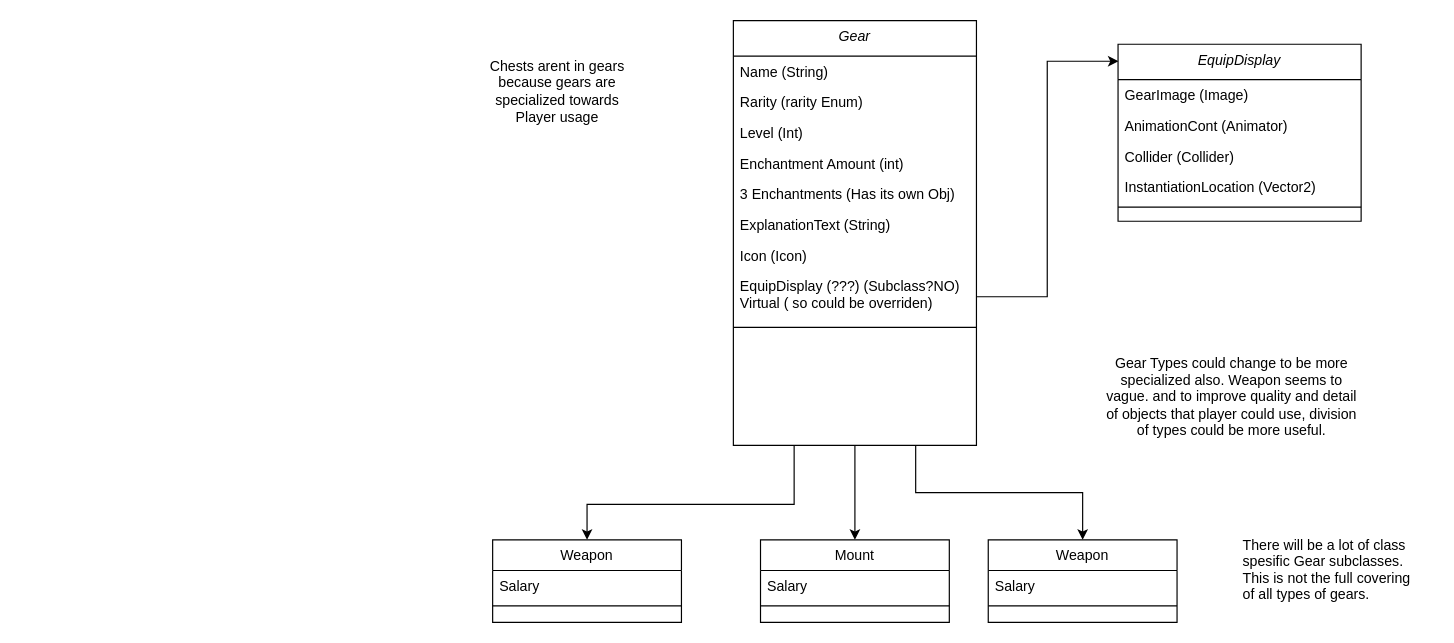
Above: GearHierarchy.drawio in DaghanS/GameUpdate (draw.io), before the change. Source tidied: cells renumbered, new cells numbered last; positions are measured from the earlier drawing's top-left corner, leaving out a move shared by most shapes. Both pictures are drawn from the tidied source at 118%, with x=0, y=0 at pixel (480, 20).
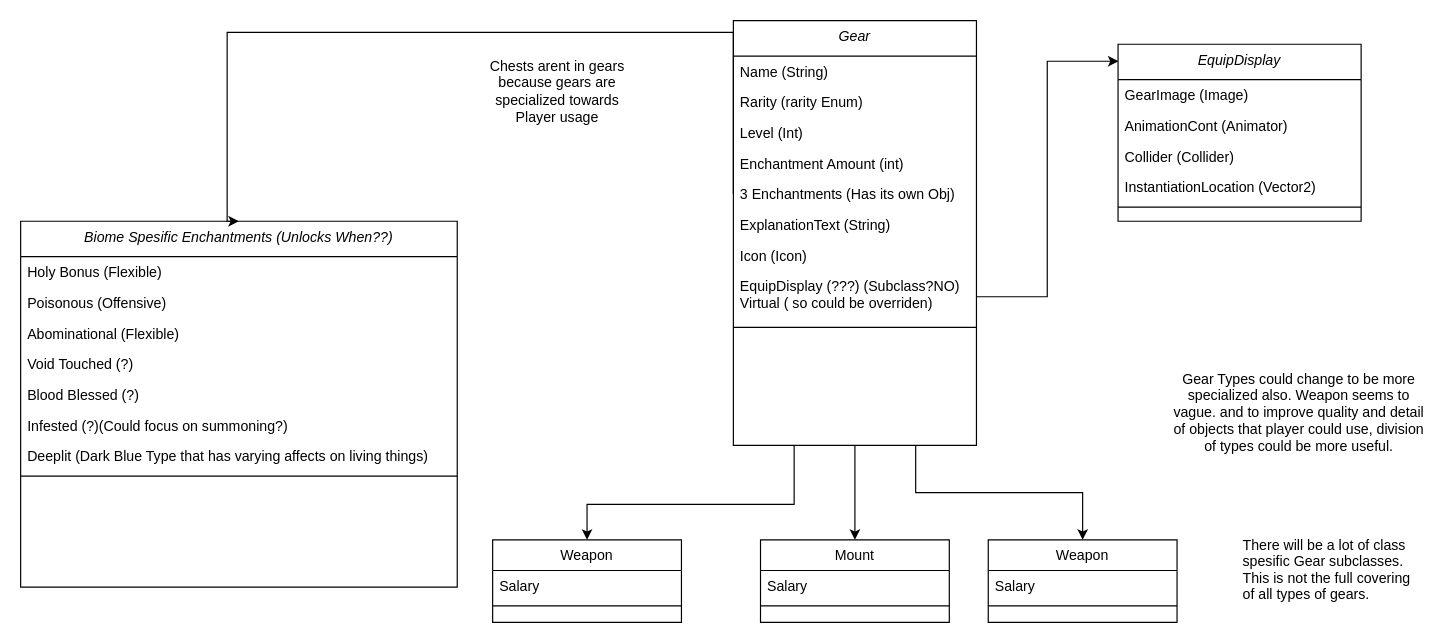
After the change.

Unchanged cells that the change refers to:
```xml
<mxCell id="10" value="3 Enchantments (Has its own Obj)" style="text;align=left;verticalAlign=top;spacingLeft=4;spacingRight=4;overflow=hidden;points=[[0,0.5],[1,0.5]];portConstraint=eastwest;" parent="5" vertex="1">
  <mxGeometry y="134" width="206" height="26" as="geometry" />
</mxCell>
```

What changed in the source:
```diff
@@
     <mxCell id="33" value="Gear Types could change to be more specialized also. Weapon seems to vague. and to improve quality and detail of objects that player could use, division of types could be more useful." style="text;html=1;strokeColor=none;fillColor=none;align=center;verticalAlign=middle;whiteSpace=wrap;rounded=0;" parent="1" vertex="1">
-      <mxGeometry x="523" y="247" width="227" height="143" as="geometry" />
+      <mxGeometry x="580" y="260" width="227" height="143" as="geometry" />
     </mxCell>
+    <mxCell id="34" value="Biome Spesific Enchantments (Unlocks When??)" style="swimlane;fontStyle=2;align=center;verticalAlign=top;horizontal=1;startSize=30;rounded=0;shadow=0;strokeWidth=1;strokeColor=default;" parent="1" vertex="1">
+      <mxGeometry x="-390" y="170" width="370" height="310" as="geometry" />
+    </mxCell>
+    <mxCell id="35" value="Holy Bonus (Flexible)" style="text;align=left;verticalAlign=top;spacingLeft=4;spacingRight=4;overflow=hidden;" parent="34" vertex="1">
+      <mxGeometry y="30" width="370" height="26" as="geometry" />
+    </mxCell>
+    <mxCell id="36" value="Poisonous (Offensive)" style="text;align=left;verticalAlign=top;spacingLeft=4;spacingRight=4;overflow=hidden;" parent="34" vertex="1">
+      <mxGeometry y="56" width="370" height="26" as="geometry" />
+    </mxCell>
+    <mxCell id="37" value="Abominational (Flexible)" style="text;align=left;verticalAlign=top;spacingLeft=4;spacingRight=4;overflow=hidden;" parent="34" vertex="1">
+      <mxGeometry y="82" width="370" height="26" as="geometry" />
+    </mxCell>
+    <mxCell id="38" value="Void Touched (?)" style="text;align=left;verticalAlign=top;spacingLeft=4;spacingRight=4;overflow=hidden;" parent="34" vertex="1">
+      <mxGeometry y="108" width="370" height="26" as="geometry" />
+    </mxCell>
+    <mxCell id="39" value="Blood Blessed (?)" style="text;align=left;verticalAlign=top;spacingLeft=4;spacingRight=4;overflow=hidden;" parent="34" vertex="1">
+      <mxGeometry y="134" width="370" height="26" as="geometry" />
+    </mxCell>
+    <mxCell id="40" value="Infested (?)(Could focus on summoning?)" style="text;align=left;verticalAlign=top;spacingLeft=4;spacingRight=4;overflow=hidden;" parent="34" vertex="1">
+      <mxGeometry y="160" width="370" height="26" as="geometry" />
+    </mxCell>
+    <mxCell id="41" value="Deeplit (Dark Blue Type that has varying affects on living things)" style="text;align=left;verticalAlign=top;spacingLeft=4;spacingRight=4;overflow=hidden;" parent="34" vertex="1">
+      <mxGeometry y="186" width="370" height="26" as="geometry" />
+    </mxCell>
+    <mxCell id="42" style="line;html=1;strokeWidth=1;align=left;verticalAlign=middle;spacingTop=-1;spacingLeft=3;spacingRight=3;labelPosition=right;" parent="34" vertex="1">
+      <mxGeometry y="212" width="370" height="8" as="geometry" />
+    </mxCell>
+    <mxCell id="43" style="edgeStyle=orthogonalEdgeStyle;rounded=0;jettySize=auto;html=1;exitX=0;exitY=0.5;exitDx=0;exitDy=0;entryX=0.5;entryY=0;entryDx=0;entryDy=0;" parent="1" edge="1" source="10" target="34">
+      <mxGeometry relative="1" as="geometry">
+        <Array as="points">
+          <mxPoint x="214" y="10" />
+          <mxPoint x="-215" y="10" />
+        </Array>
+      </mxGeometry>
+    </mxCell>
```
